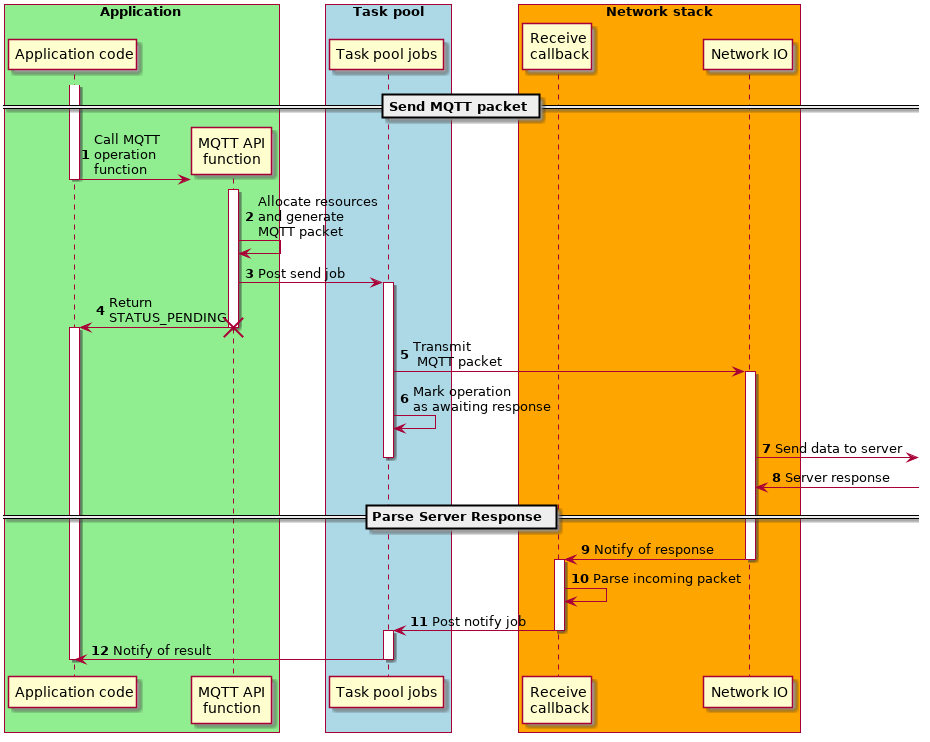
Above: doc/plantuml/images/mqtt_design_typicaloperation.png in aws/aws-iot-device-sdk-embedded-C (PlantUML), before the change.
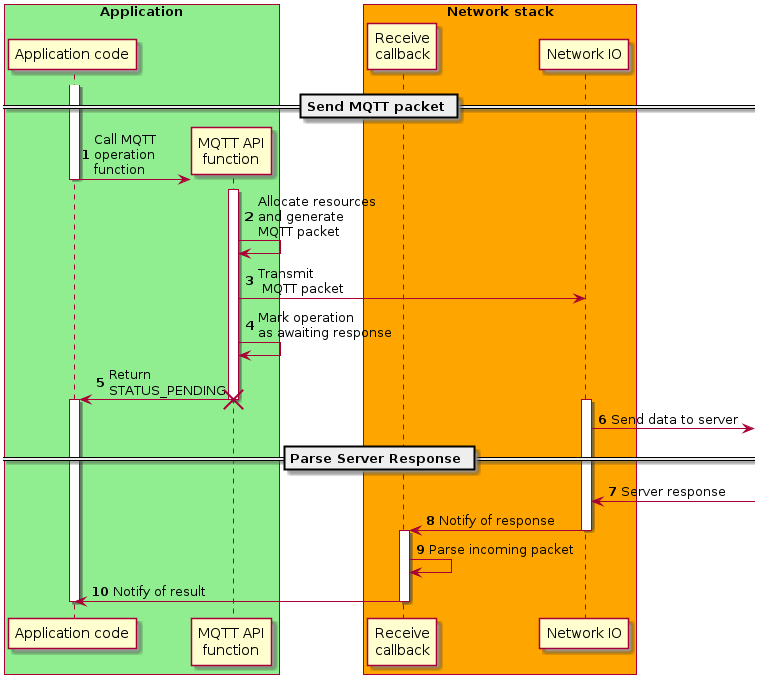
Above is the later version.

Commit message:
Documentation update for MQTT design

Change to the diagram source:
```diff
@@ -6,10 +6,6 @@
 box "Application" #LightGreen
     participant "Application code" as application
     create participant "MQTT API\nfunction" as api
-end box
-
-box "Task pool" #LightBlue
-    participant "Task pool jobs" as task_pool
 end box
 
 box "Network stack" #Orange
@@ -23,30 +19,22 @@
 deactivate application
 activate api
 api -> api: Allocate resources\nand generate\nMQTT packet
-api -> task_pool: Post send job
-activate task_pool
+api -> network: Transmit\n MQTT packet
+api -> api: Mark operation\nas awaiting response
 api -> application: Return\nSTATUS_PENDING
 destroy api
 activate application
-task_pool -> network: Transmit\n MQTT packet
 activate network
-task_pool -> task_pool: Mark operation\nas awaiting response
 network -> : Send data to server
-deactivate task_pool
-
-network <- : Server response
 
 == Parse Server Response ==
+network <- : Server response
 network -> receive_callback: Notify of response
 deactivate network
 activate receive_callback
 receive_callback -> receive_callback: Parse incoming packet
-receive_callback -> task_pool: Post notify job
+receive_callback -> application: Notify of result
 deactivate receive_callback
-activate task_pool
-task_pool -> application: Notify of result
-
-deactivate task_pool
 deactivate application
 
 @enduml
```
